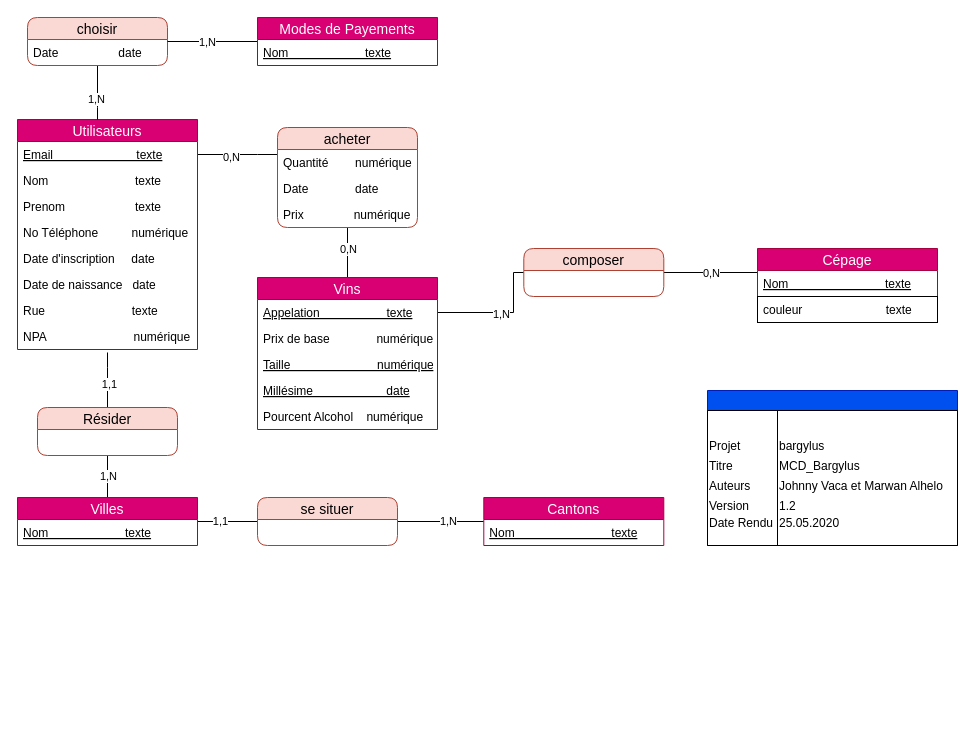
This is DOC/data_modal/MCD1.2.drawio from johnnyvaca/bargylus, a draw.io file, before an edit. Source tidied: cells renumbered, new cells numbered last; positions are measured from the earlier drawing's top-left corner, leaving out a move shared by most shapes. Both pictures are drawn from the tidied source at 100%, with x=0, y=0 at pixel (17, 17).
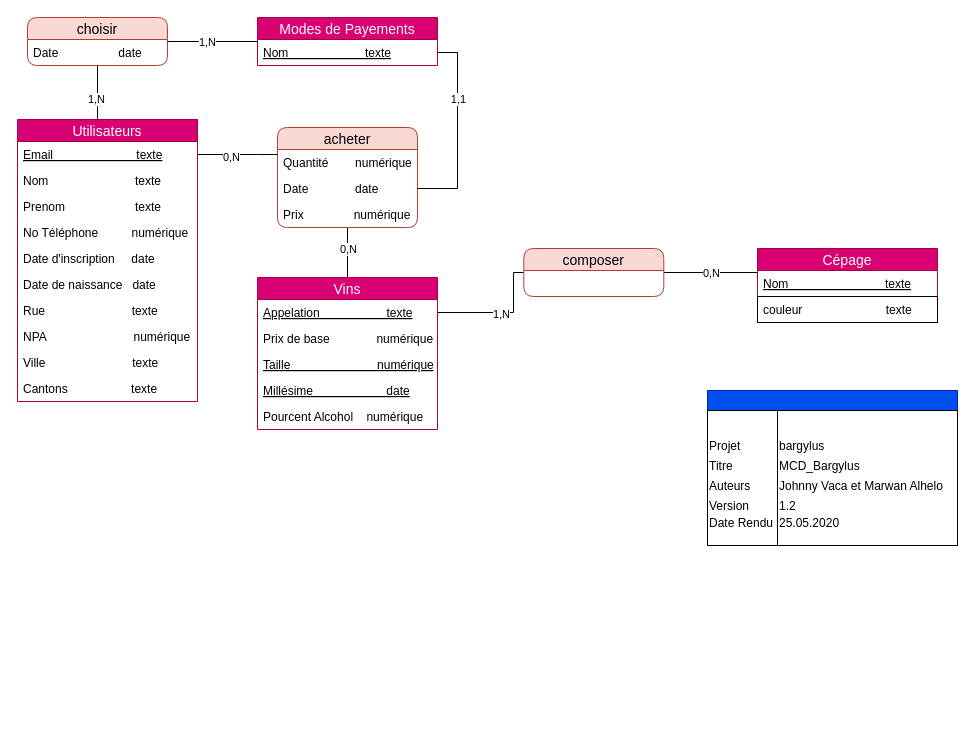
Above is the later version.

The change refers to these unchanged cells:
```xml
<mxCell id="22" value="Date              date" style="text;strokeColor=none;fillColor=none;spacingLeft=4;spacingRight=4;overflow=hidden;points=[[0,0.5],[1,0.5]];portConstraint=eastwest;fontSize=12;fontStyle=0;" parent="20" vertex="1">
  <mxGeometry y="48" width="140" height="26" as="geometry" />
</mxCell>
<mxCell id="31" value="Nom                       texte" style="text;strokeColor=none;fillColor=none;spacingLeft=4;spacingRight=4;overflow=hidden;points=[[0,0.5],[1,0.5]];portConstraint=eastwest;fontSize=12;fontStyle=4;" parent="30" vertex="1">
  <mxGeometry y="22" width="180" height="26" as="geometry" />
</mxCell>
```

Change to the diagram source:
```diff
@@
     <mxCell id="11" value="Utilisateurs" style="swimlane;fontStyle=0;horizontal=1;startSize=22;fillColor=#d80073;swimlaneFillColor=#ffffff;align=center;fontSize=14;rounded=0;swimlaneLine=1;glass=0;shadow=0;comic=0;strokeColor=#A50040;fontColor=#ffffff;" parent="1" vertex="1">
-      <mxGeometry y="102" width="180" height="230" as="geometry" />
+      <mxGeometry y="102" width="180" height="282" as="geometry" />
     </mxCell>
@@
+    <mxCell id="70" value="NPA                          numérique" style="text;strokeColor=none;fillColor=none;spacingLeft=4;spacingRight=4;overflow=hidden;fontSize=12;fontStyle=0;" parent="11" vertex="1">
+      <mxGeometry y="204" width="180" height="26" as="geometry" />
+    </mxCell>
-    <mxCell id="19" value="NPA                          numérique" style="text;strokeColor=none;fillColor=none;spacingLeft=4;spacingRight=4;overflow=hidden;points=[[0,0.5],[1,0.5]];portConstraint=eastwest;fontSize=12;fontStyle=0;" parent="11" vertex="1">
-      <mxGeometry y="204" width="180" height="26" as="geometry" />
+    <mxCell id="19" value="Ville                          texte" style="text;strokeColor=none;fillColor=none;spacingLeft=4;spacingRight=4;overflow=hidden;points=[[0,0.5],[1,0.5]];portConstraint=eastwest;fontSize=12;fontStyle=0;" parent="11" vertex="1">
+      <mxGeometry y="230" width="180" height="26" as="geometry" />
     </mxCell>
+    <mxCell id="71" value="Cantons                   texte" style="text;strokeColor=none;fillColor=none;spacingLeft=4;spacingRight=4;overflow=hidden;fontSize=12;fontStyle=0;" parent="11" vertex="1">
+      <mxGeometry y="256" width="180" height="26" as="geometry" />
+    </mxCell>
@@
-    <mxCell id="32" style="edgeStyle=orthogonalEdgeStyle;rounded=0;jettySize=auto;html=1;entryX=0.5;entryY=1.115;entryDx=0;entryDy=0;endArrow=none;endFill=0;entryPerimeter=0;" parent="1" edge="1" source="36" target="19">
-      <mxGeometry relative="1" as="geometry">
-        <Array as="points">
-          <mxPoint x="90" y="350" />
-          <mxPoint x="90" y="350" />
-        </Array>
-      </mxGeometry>
-    </mxCell>
-    <mxCell id="33" value="1,1" style="edgeLabel;html=1;align=center;verticalAlign=middle;" parent="32" vertex="1">
-      <mxGeometry x="0.45" y="-16" relative="1" as="geometry">
-        <mxPoint x="-15" y="16" as="offset" />
-      </mxGeometry>
-    </mxCell>
-    <mxCell id="34" style="edgeStyle=orthogonalEdgeStyle;rounded=0;jettySize=auto;html=1;endArrow=none;endFill=0;" parent="1" edge="1" source="36" target="39">
-      <mxGeometry relative="1" as="geometry" />
-    </mxCell>
-    <mxCell id="35" value="1,N" style="edgeLabel;html=1;align=center;verticalAlign=middle;" parent="34" vertex="1">
-      <mxGeometry x="-0.03" relative="1" as="geometry" />
-    </mxCell>
-    <mxCell id="36" value="Résider" style="swimlane;fontStyle=0;horizontal=1;startSize=22;fillColor=#fad9d5;swimlaneFillColor=#ffffff;align=center;fontSize=14;rounded=1;swimlaneLine=1;glass=0;shadow=0;comic=0;strokeColor=#ae4132;" parent="1" vertex="1">
-      <mxGeometry x="20" y="390" width="140" height="48" as="geometry" />
-    </mxCell>
-    <mxCell id="37" style="edgeStyle=orthogonalEdgeStyle;rounded=0;jettySize=auto;html=1;entryX=0;entryY=0.5;entryDx=0;entryDy=0;endArrow=none;endFill=0;" parent="1" edge="1" source="39" target="62">
-      <mxGeometry relative="1" as="geometry" />
-    </mxCell>
-    <mxCell id="38" value="1,1" style="edgeLabel;html=1;align=center;verticalAlign=middle;" parent="37" vertex="1">
-      <mxGeometry x="-0.27" y="1" relative="1" as="geometry" />
-    </mxCell>
-    <mxCell id="39" value="Villes" style="swimlane;fontStyle=0;horizontal=1;startSize=22;fillColor=#d80073;swimlaneFillColor=#ffffff;align=center;fontSize=14;rounded=0;swimlaneLine=1;glass=0;shadow=0;comic=0;strokeColor=#A50040;fontColor=#ffffff;" parent="1" vertex="1">
-      <mxGeometry y="480" width="180" height="48" as="geometry" />
-    </mxCell>
-    <mxCell id="40" value="Nom                       texte" style="text;strokeColor=none;fillColor=none;spacingLeft=4;spacingRight=4;overflow=hidden;fontSize=12;fontStyle=4;" parent="39" vertex="1">
-      <mxGeometry y="22" width="180" height="26" as="geometry" />
-    </mxCell>
-    <mxCell id="41" style="edgeStyle=orthogonalEdgeStyle;rounded=0;jettySize=auto;html=1;entryX=1;entryY=0.5;entryDx=0;entryDy=0;endArrow=none;endFill=0;" parent="1" edge="1" source="56" target="62">
-      <mxGeometry relative="1" as="geometry" />
-    </mxCell>
-    <mxCell id="42" value="1,N" style="edgeLabel;html=1;align=center;verticalAlign=middle;" parent="41" vertex="1">
-      <mxGeometry x="-0.16" y="-1" relative="1" as="geometry" />
-    </mxCell>
@@
-    <mxCell id="56" value="Cantons" style="swimlane;fontStyle=0;horizontal=1;startSize=22;fillColor=#d80073;swimlaneFillColor=#ffffff;align=center;fontSize=14;rounded=0;swimlaneLine=1;glass=0;shadow=0;comic=0;strokeColor=#A50040;fontColor=#ffffff;" parent="1" vertex="1">
-      <mxGeometry x="466.3" y="480" width="180" height="48" as="geometry" />
-    </mxCell>
-    <mxCell id="57" value="Nom                             texte" style="text;strokeColor=none;fillColor=none;spacingLeft=4;spacingRight=4;overflow=hidden;fontSize=12;fontStyle=4;" parent="56" vertex="1">
-      <mxGeometry y="22" width="180" height="26" as="geometry" />
-    </mxCell>
@@
-    <mxCell id="62" value="se situer" style="swimlane;fontStyle=0;horizontal=1;startSize=22;fillColor=#fad9d5;swimlaneFillColor=#ffffff;align=center;fontSize=14;rounded=1;swimlaneLine=1;glass=0;shadow=0;comic=0;strokeColor=#ae4132;" parent="1" vertex="1">
-      <mxGeometry x="240" y="480" width="140" height="48" as="geometry" />
-    </mxCell>
@@
+    <mxCell id="72" style="edgeStyle=orthogonalEdgeStyle;rounded=0;jettySize=auto;html=1;entryX=1;entryY=0.5;entryDx=0;entryDy=0;exitX=1;exitY=0.5;exitDx=0;exitDy=0;endArrow=none;endFill=0;" parent="1" edge="1" source="31" target="22">
+      <mxGeometry relative="1" as="geometry">
+        <Array as="points">
+          <mxPoint x="440" y="35" />
+          <mxPoint x="440" y="171" />
+        </Array>
+      </mxGeometry>
+    </mxCell>
+    <mxCell id="73" value="1,1" style="edgeLabel;html=1;align=center;verticalAlign=middle;" parent="72" vertex="1">
+      <mxGeometry x="-0.33" relative="1" as="geometry" />
+    </mxCell>
```
